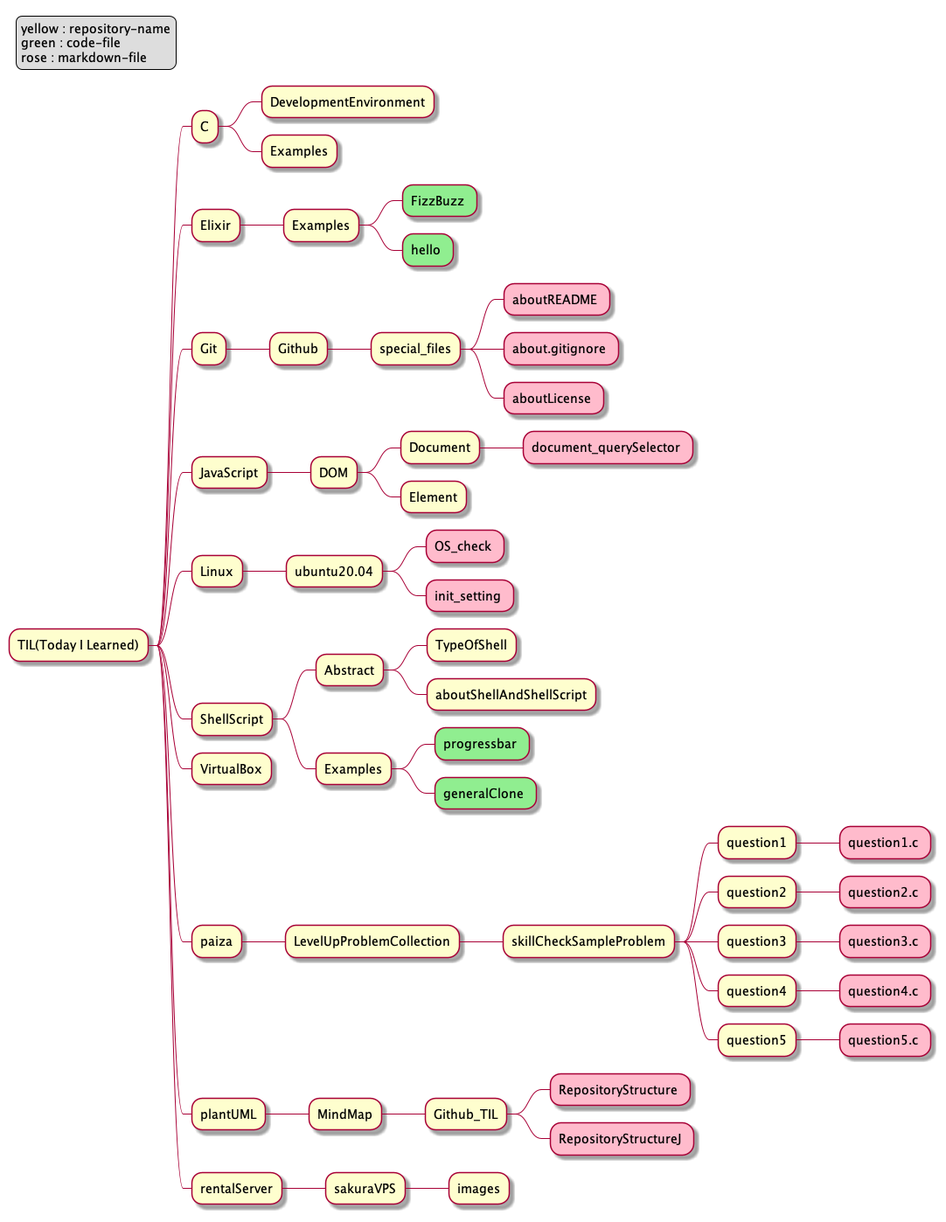
Above: RepositoryStructure.png in sudo-roa/TIL (PlantUML), before the change.
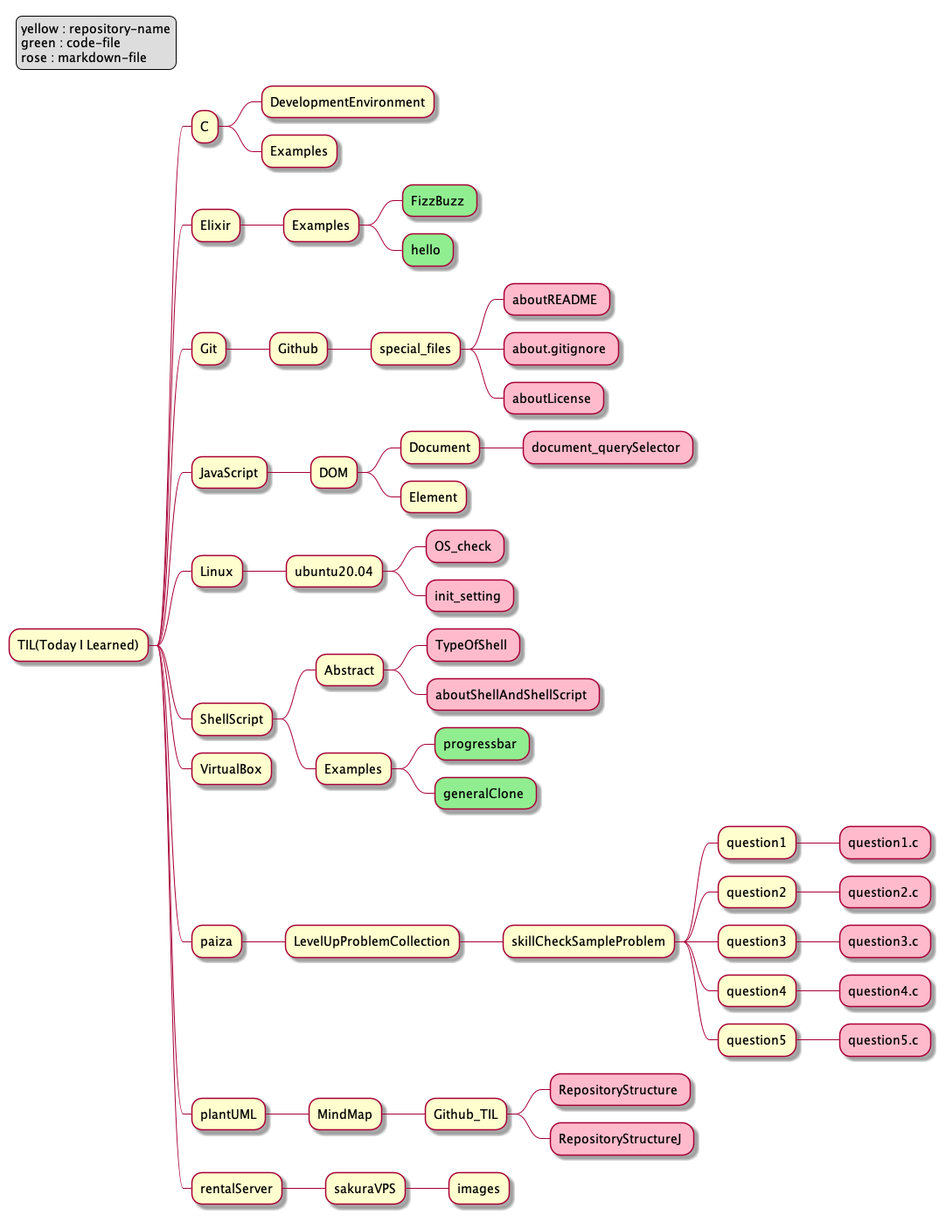
The same diagram one commit later.

Commit message:
update repository structure

What changed in the source:
```diff
@@ -41,8 +41,8 @@
 
 ** ShellScript
 *** Abstract
-**** TypeOfShell
-**** aboutShellAndShellScript
+**** TypeOfShell <<rose>>
+**** aboutShellAndShellScript <<rose>>
 *** Examples
 **** progressbar <<green>>
 **** generalClone <<green>>
```
